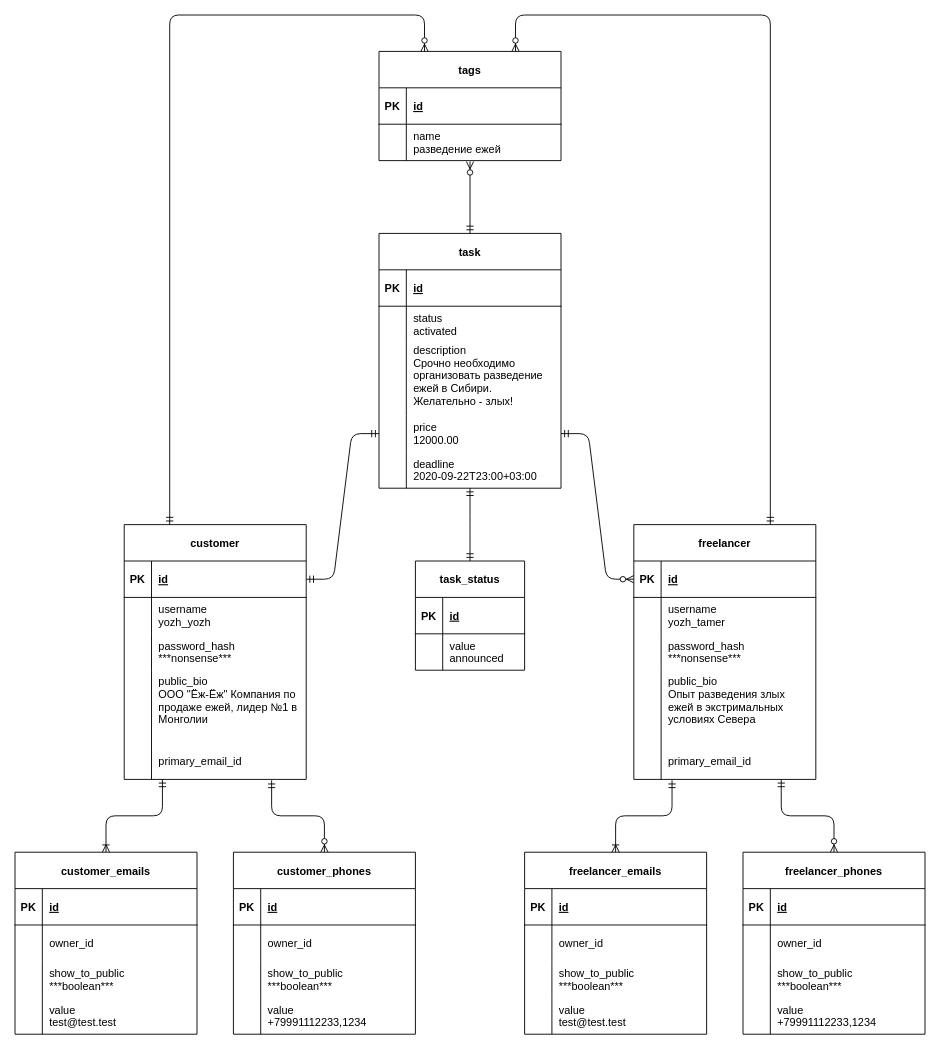
Above: Core ERD/Core ERD.drawio in agate-agate/freelance_exchage-documentation (draw.io), before the change. Source tidied: cells renumbered, new cells numbered last; positions are measured from the earlier drawing's top-left corner, leaving out a move shared by most shapes. Both pictures are drawn from the tidied source at 91%, with x=0, y=0 at pixel (15, 15).
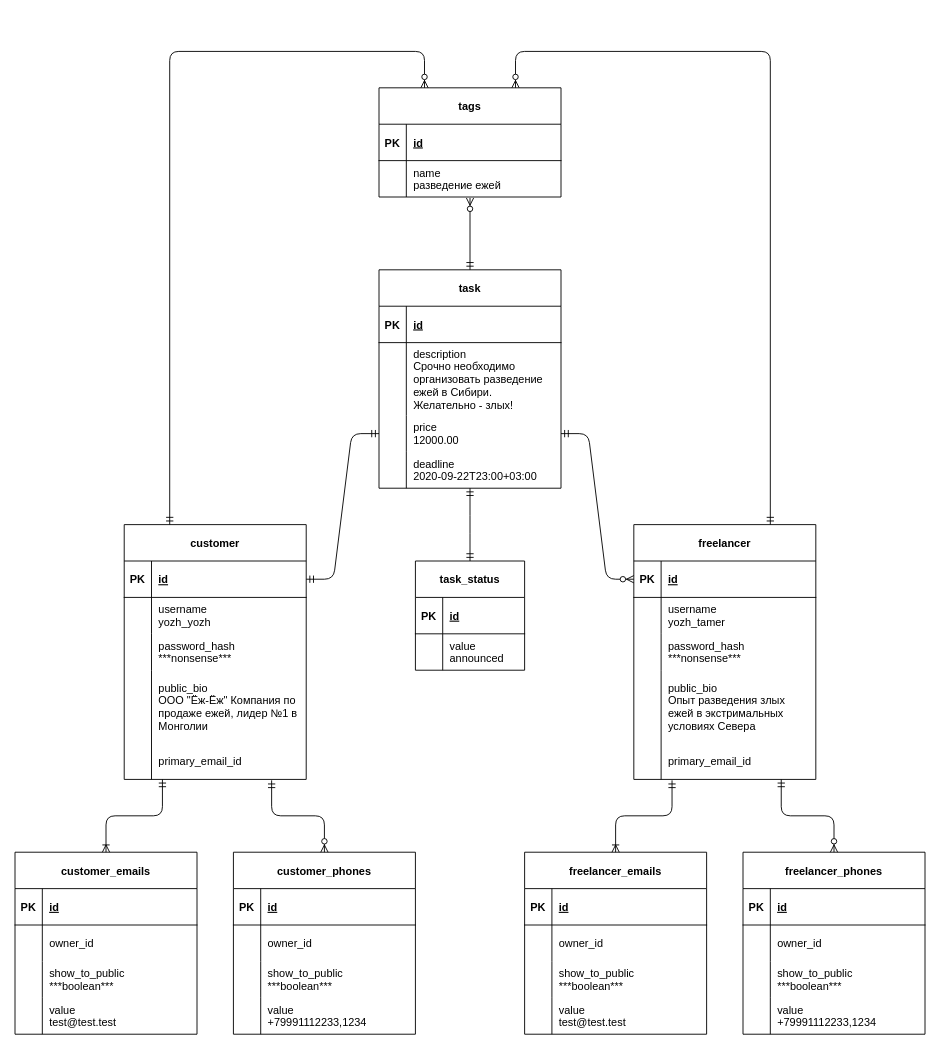
The same page after the edit.

Commit message (it also covers changes not shown here):
core ERD v 3

Unchanged cells that the change refers to:
```xml
<mxCell id="2" value="customer" style="shape=table;startSize=40;childLayout=tableLayout;rowLines=0;fontStyle=1;align=center;" parent="1" vertex="1">
  <mxGeometry x="120" y="560" width="200" height="280" as="geometry" />
</mxCell>
<mxCell id="12" style="shape=partialRectangle;fillColor=none;top=0;left=0;bottom=0;right=0;" parent="2" vertex="1">
  <mxGeometry y="160" width="200" height="80" as="geometry" />
</mxCell>
<mxCell id="18" value="freelancer" style="shape=table;startSize=40;childLayout=tableLayout;rowLines=0;fontStyle=1;align=center;" parent="1" vertex="1">
  <mxGeometry x="680" y="560" width="200" height="280" as="geometry" />
</mxCell>
<mxCell id="28" style="shape=partialRectangle;fillColor=none;top=0;left=0;bottom=0;right=0;" parent="18" vertex="1">
  <mxGeometry y="160" width="200" height="80" as="geometry" />
</mxCell>
```

Change to the diagram source:
```diff
@@
-    <mxCell id="14" value="public_bio&#10;ООО &quot;Ёж-Ёж&quot; Компания по&#10;продаже ежей, лидер №1 в&#10;Монголии&#10;" style="shape=partialRectangle;fillColor=none;top=0;left=0;bottom=0;right=0;align=left;spacingLeft=6;overflow=hidden;" parent="12" vertex="1">
+    <mxCell id="14" value="public_bio&#10;ООО &quot;Ёж-Ёж&quot; Компания по&#10;продаже ежей, лидер №1 в&#10;Монголии" style="shape=partialRectangle;fillColor=none;top=0;left=0;bottom=0;right=0;align=left;spacingLeft=6;overflow=hidden;" parent="12" vertex="1">
       <mxGeometry x="30" width="170" height="80" as="geometry" />
     </mxCell>
@@
-    <mxCell id="30" value="public_bio&#10;Опыт разведения злых&#10;ежей в экстримальных&#10;условиях Севера&#10;" style="shape=partialRectangle;fillColor=none;top=0;left=0;bottom=0;right=0;align=left;spacingLeft=6;overflow=hidden;" parent="28" vertex="1">
+    <mxCell id="30" value="public_bio&#10;Опыт разведения злых&#10;ежей в экстримальных&#10;условиях Севера" style="shape=partialRectangle;fillColor=none;top=0;left=0;bottom=0;right=0;align=left;spacingLeft=6;overflow=hidden;" parent="28" vertex="1">
       <mxGeometry x="30" width="170" height="80" as="geometry" />
     </mxCell>
@@
     <mxCell id="34" value="task" style="shape=table;startSize=40;childLayout=tableLayout;rowLines=0;fontStyle=1;align=center;" parent="1" vertex="1">
-      <mxGeometry x="400" y="240" width="200" height="280" as="geometry" />
+      <mxGeometry x="400" y="280" width="200" height="240" as="geometry" />
     </mxCell>
@@
-    <mxCell id="38" style="shape=partialRectangle;fillColor=none;top=0;left=0;bottom=0;right=0;" parent="34" vertex="1">
-      <mxGeometry y="80" width="200" height="40" as="geometry" />
-    </mxCell>
-    <mxCell id="39" style="shape=partialRectangle;fillColor=none;top=0;left=0;bottom=0;right=0;overflow=hidden;" parent="38" vertex="1">
-      <mxGeometry width="30" height="40" as="geometry" />
-    </mxCell>
-    <mxCell id="40" value="status&#10;activated" style="shape=partialRectangle;fillColor=none;top=0;left=0;bottom=0;right=0;align=left;spacingLeft=6;overflow=hidden;" parent="38" vertex="1">
-      <mxGeometry x="30" width="170" height="40" as="geometry" />
-    </mxCell>
     <mxCell id="41" style="shape=partialRectangle;fillColor=none;top=0;left=0;bottom=0;right=0;" parent="34" vertex="1">
-      <mxGeometry y="120" width="200" height="80" as="geometry" />
+      <mxGeometry y="80" width="200" height="80" as="geometry" />
     </mxCell>
@@
-    <mxCell id="43" value="description&#10;Срочно необходимо&#10;организовать разведение&#10;ежей в Сибири.&#10;Желательно - злых!&#10;" style="shape=partialRectangle;fillColor=none;top=0;left=0;bottom=0;right=0;align=left;spacingLeft=6;overflow=hidden;" parent="41" vertex="1">
+    <mxCell id="43" value="description&#10;Срочно необходимо&#10;организовать разведение&#10;ежей в Сибири.&#10;Желательно - злых!" style="shape=partialRectangle;fillColor=none;top=0;left=0;bottom=0;right=0;align=left;spacingLeft=6;overflow=hidden;" parent="41" vertex="1">
       <mxGeometry x="30" width="170" height="80" as="geometry" />
     </mxCell>
     <mxCell id="44" style="shape=partialRectangle;fillColor=none;top=0;left=0;bottom=0;right=0;points=[[0,0.5],[1,0.5]];portConstraint=eastwest;" parent="34" vertex="1">
-      <mxGeometry y="200" width="200" height="40" as="geometry" />
+      <mxGeometry y="160" width="200" height="40" as="geometry" />
     </mxCell>
@@
     <mxCell id="47" style="shape=partialRectangle;fillColor=none;top=0;left=0;bottom=0;right=0;points=[[0,0.5],[1,0.5]];portConstraint=eastwest;" parent="34" vertex="1">
-      <mxGeometry y="240" width="200" height="40" as="geometry" />
+      <mxGeometry y="200" width="200" height="40" as="geometry" />
     </mxCell>
@@
     <mxCell id="50" value="tags" style="shape=table;startSize=40;childLayout=tableLayout;rowLines=0;fontStyle=1;align=center;" parent="1" vertex="1">
-      <mxGeometry x="400" y="40" width="200" height="120" as="geometry" />
+      <mxGeometry x="400" y="80" width="200" height="120" as="geometry" />
     </mxCell>
@@
     <mxCell id="109" style="edgeStyle=elbowEdgeStyle;fontSize=12;html=1;endArrow=ERzeroToMany;endFill=1;exitX=0.25;exitY=0;exitDx=0;exitDy=0;entryX=0.25;entryY=0;entryDx=0;entryDy=0;elbow=vertical;startArrow=ERmandOne;startFill=0;" parent="1" edge="1" source="2" target="50">
       <mxGeometry relative="1" as="geometry">
         <Array as="points">
+          <mxPoint x="340" y="40" />
           <mxPoint x="280" />
         </Array>
       </mxGeometry>
     </mxCell>
     <mxCell id="110" style="edgeStyle=elbowEdgeStyle;fontSize=12;html=1;endArrow=ERzeroToMany;endFill=1;exitX=0.75;exitY=0;exitDx=0;exitDy=0;entryX=0.75;entryY=0;entryDx=0;entryDy=0;elbow=vertical;startArrow=ERmandOne;startFill=0;" parent="1" edge="1" source="18" target="50">
       <mxGeometry relative="1" as="geometry">
         <Array as="points">
+          <mxPoint x="630" y="40" />
           <mxPoint x="640" />
         </Array>
       </mxGeometry>
     </mxCell>
```
